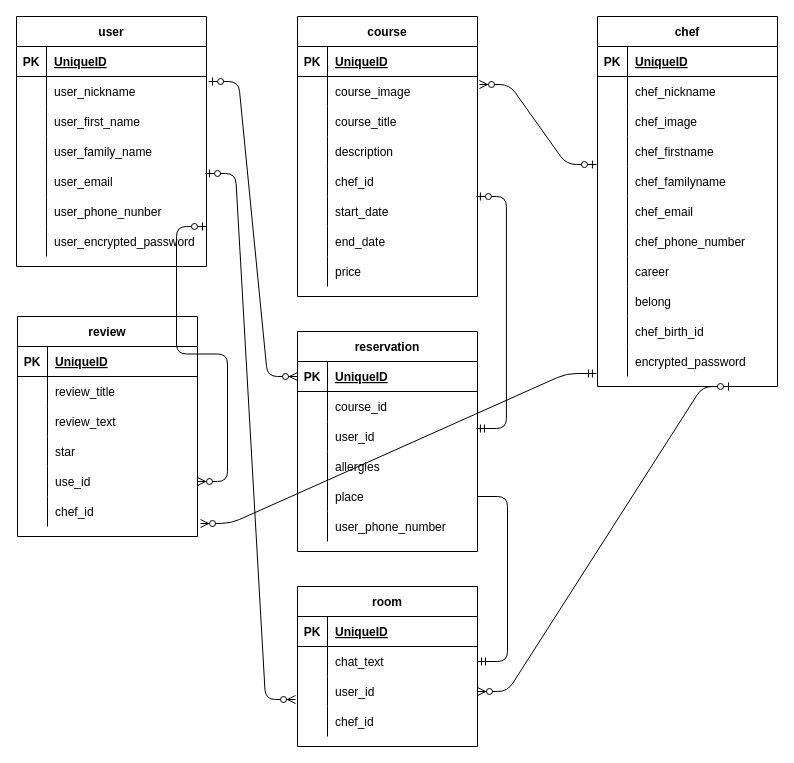
Before: ER.dio in AkihiroYamaguchi4/umaimon-35254, a draw.io diagram. Source tidied: cells renumbered, new cells numbered last; positions are measured from the earlier drawing's top-left corner, leaving out a move shared by most shapes. Both pictures are drawn from the tidied source at 100%, with x=0, y=0 at pixel (16, 16).
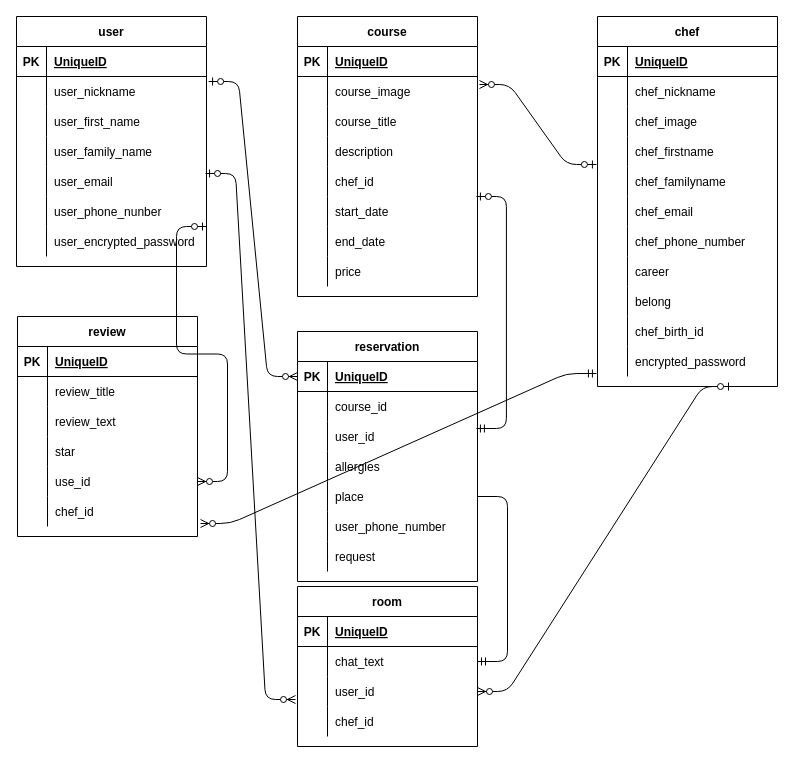
Above is the later version.

The edit, as a diff of the source:
```diff
@@
     <mxCell id="58" value="reservation" style="shape=table;startSize=30;childLayout=tableLayout;rowLines=0;fontStyle=1;align=center;" parent="1" vertex="1">
-      <mxGeometry x="281" y="315" width="180" height="220" as="geometry" />
+      <mxGeometry x="281" y="315" width="180" height="250" as="geometry" />
     </mxCell>
@@
+    <mxCell id="142" style="shape=partialRectangle;fillColor=none;top=0;left=0;bottom=0;right=0;" parent="58" vertex="1">
+      <mxGeometry y="210" width="180" height="30" as="geometry" />
+    </mxCell>
+    <mxCell id="143" style="shape=partialRectangle;fillColor=none;top=0;left=0;bottom=0;right=0;overflow=hidden;" parent="142" vertex="1">
+      <mxGeometry width="30" height="30" as="geometry" />
+    </mxCell>
+    <mxCell id="144" value="request" style="shape=partialRectangle;fillColor=none;top=0;left=0;bottom=0;right=0;align=left;spacingLeft=6;overflow=hidden;" parent="142" vertex="1">
+      <mxGeometry x="30" width="150" height="30" as="geometry" />
+    </mxCell>
```
